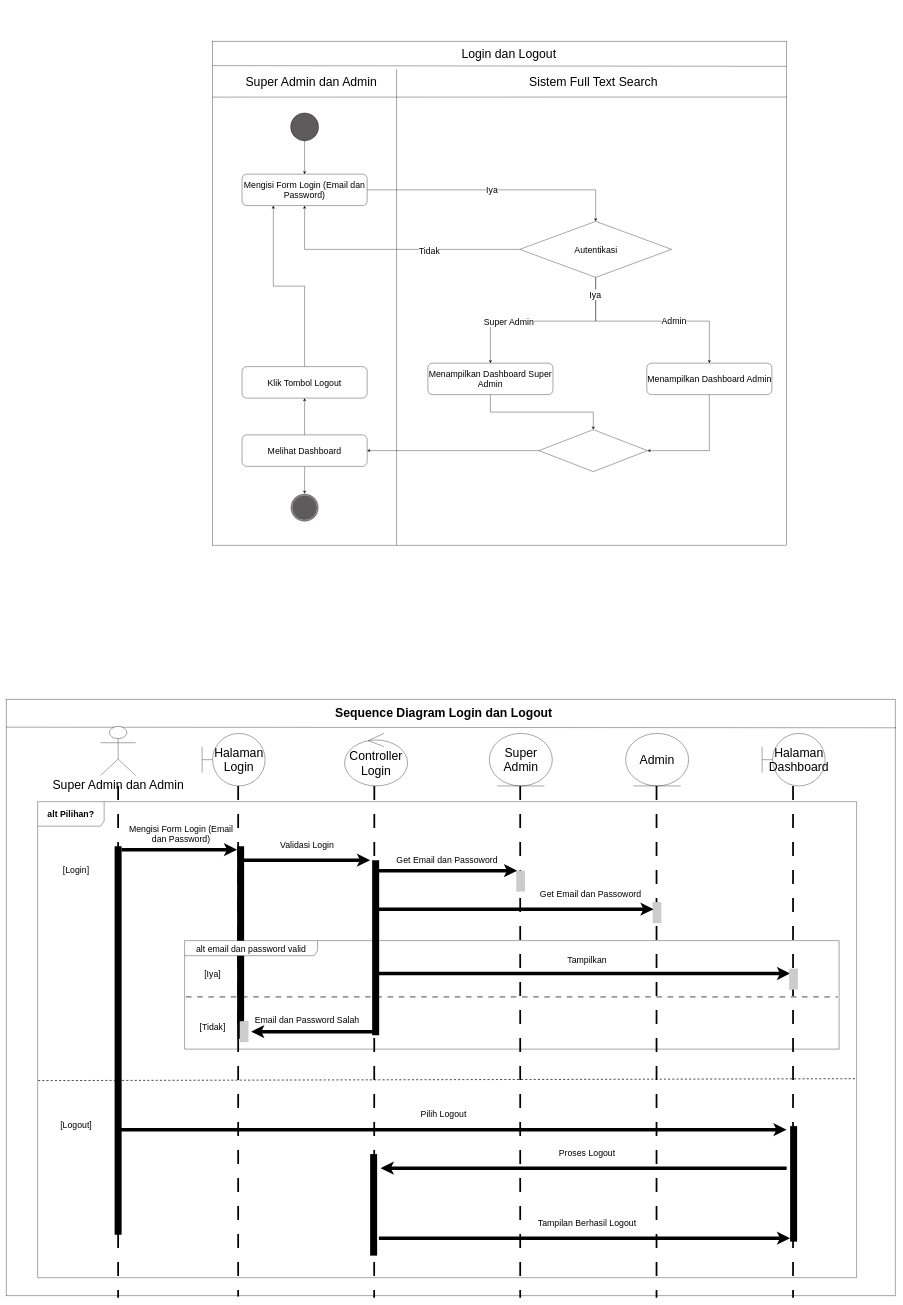
Above: page "Activity dan Sequence Login Logout" (4 of 7) of Untitled Diagram.drawio in agungsaraswati/UML (draw.io), before the change. Source tidied: cells renumbered, new cells numbered last; positions are measured from the earlier drawing's top-left corner, leaving out a move shared by most shapes. Both pictures are drawn from the tidied source at 35%, with x=0, y=0 at pixel (6, 41).
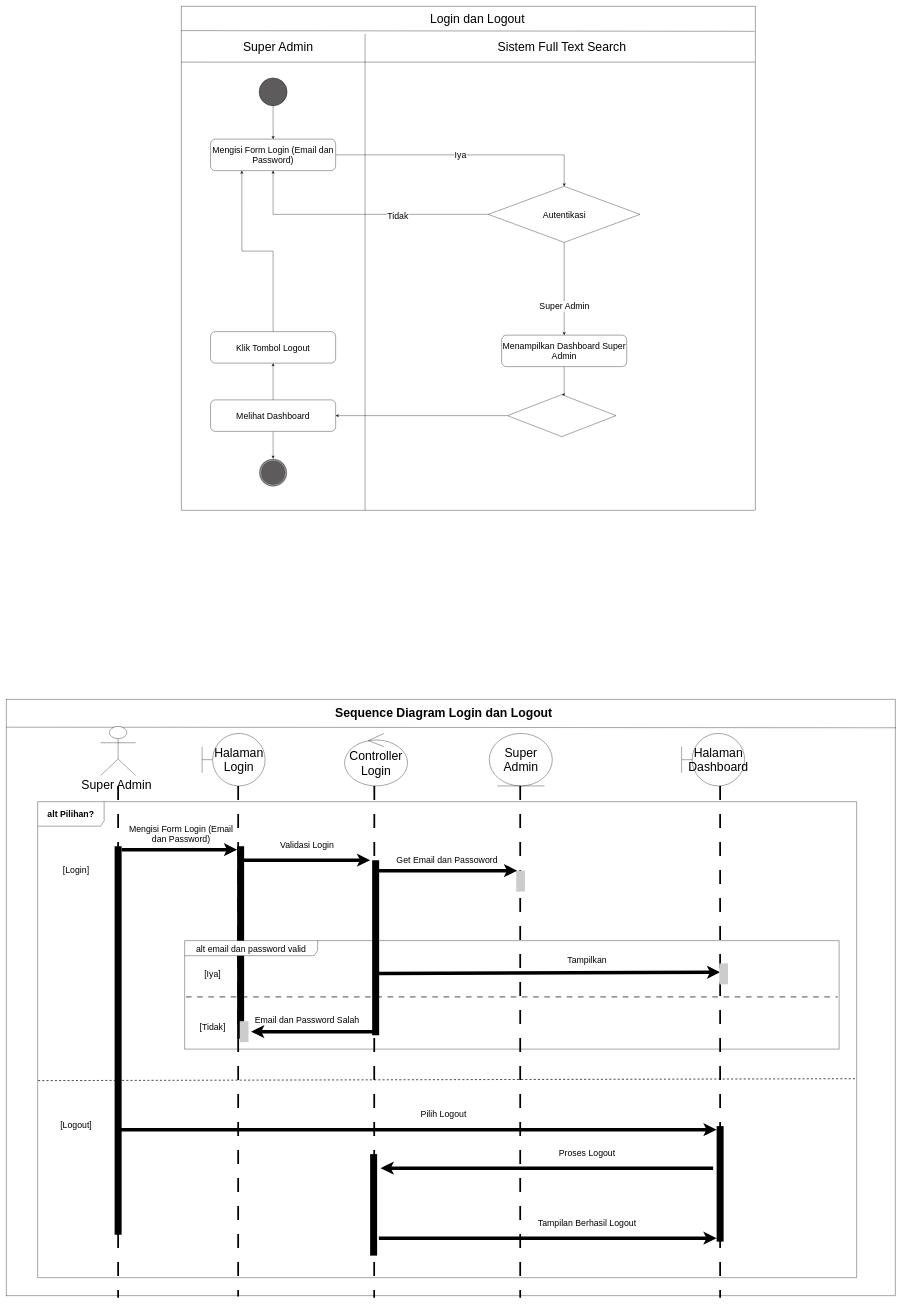
The same page after the edit.

Unchanged cells that the change refers to:
```xml
<mxCell id="23" value="&lt;font style=&quot;font-size: 25px;&quot;&gt;Autentikasi&lt;/font&gt;" style="rhombus;whiteSpace=wrap;html=1;" parent="2" vertex="1">
  <mxGeometry x="877.6" y="515" width="433.7" height="160" as="geometry" />
</mxCell>
<mxCell id="32" style="rhombus;whiteSpace=wrap;html=1;" parent="2" vertex="1">
  <mxGeometry x="932.5" y="1110" width="310.1" height="120" as="geometry" />
</mxCell>
```

Change to the diagram source:
```diff
@@
-<mxGraphModel>
+<mxGraphModel background="#ffffff">
@@
     <mxCell id="2" style="group;" parent="1" vertex="1">
-      <mxGeometry x="590" width="1640" height="1440" as="geometry" />
+      <mxGeometry x="500" y="-100" width="1640" height="1440" as="geometry" />
     </mxCell>
@@
-    <mxCell id="8" value="&lt;font style=&quot;font-size: 35px;&quot;&gt;Super Admin dan Admin&lt;/font&gt;" style="text;html=1;align=center;verticalAlign=middle;whiteSpace=wrap;rounded=0;" parent="2" vertex="1">
+    <mxCell id="8" value="&lt;font style=&quot;font-size: 35px;&quot;&gt;Super Admin&amp;nbsp;&lt;/font&gt;" style="text;html=1;align=center;verticalAlign=middle;whiteSpace=wrap;rounded=0;" parent="2" vertex="1">
       <mxGeometry x="61" y="100" width="441.5" height="30" as="geometry" />
     </mxCell>
@@
     <mxCell id="16" style="edgeStyle=orthogonalEdgeStyle;rounded=0;jettySize=auto;html=1;entryX=0.5;entryY=0;entryDx=0;entryDy=0;" parent="2" edge="1" source="23" target="25">
       <mxGeometry relative="1" as="geometry">
         <Array as="points">
-          <mxPoint x="793.7" y="800" />
+          <mxPoint x="1094" y="910" />
         </Array>
       </mxGeometry>
     </mxCell>
@@
-    <mxCell id="18" style="edgeStyle=orthogonalEdgeStyle;rounded=0;jettySize=auto;html=1;entryX=0.5;entryY=0;entryDx=0;entryDy=0;" parent="2" edge="1" source="23" target="27">
-      <mxGeometry relative="1" as="geometry">
-        <Array as="points">
-          <mxPoint x="1419.2" y="800" />
-        </Array>
-      </mxGeometry>
-    </mxCell>
-    <mxCell id="19" value="&lt;font style=&quot;font-size: 25px;&quot;&gt;Admin&lt;/font&gt;" style="edgeLabel;html=1;align=center;verticalAlign=middle;" parent="18" vertex="1">
-      <mxGeometry x="0.22" y="1" relative="1" as="geometry">
-        <mxPoint y="-1" as="offset" />
-      </mxGeometry>
-    </mxCell>
-    <mxCell id="20" value="&lt;font style=&quot;font-size: 25px;&quot;&gt;Iya&lt;/font&gt;" style="edgeLabel;html=1;align=center;verticalAlign=middle;" parent="18" vertex="1">
-      <mxGeometry x="-0.83" y="-2" relative="1" as="geometry">
-        <mxPoint y="1" as="offset" />
-      </mxGeometry>
-    </mxCell>
@@
     <mxCell id="24" style="edgeStyle=orthogonalEdgeStyle;rounded=0;jettySize=auto;html=1;entryX=0.5;entryY=0;entryDx=0;entryDy=0;" parent="2" edge="1" source="25" target="32">
-      <mxGeometry relative="1" as="geometry" />
+      <mxGeometry relative="1" as="geometry">
+        <Array as="points">
+          <mxPoint x="1094" y="1110" />
+        </Array>
+      </mxGeometry>
     </mxCell>
     <mxCell id="25" value="&lt;font style=&quot;font-size: 25px;&quot;&gt;Menampilkan Dashboard Super Admin&lt;/font&gt;" style="rounded=1;whiteSpace=wrap;html=1;" parent="2" vertex="1">
-      <mxGeometry x="615" y="920" width="357.4" height="90" as="geometry" />
+      <mxGeometry x="915.7" y="940" width="357.4" height="90" as="geometry" />
     </mxCell>
-    <mxCell id="26" style="edgeStyle=orthogonalEdgeStyle;rounded=0;jettySize=auto;html=1;entryX=1;entryY=0.5;entryDx=0;entryDy=0;" parent="2" edge="1" source="27" target="32">
-      <mxGeometry relative="1" as="geometry" />
-    </mxCell>
-    <mxCell id="27" value="&lt;font style=&quot;font-size: 25px;&quot;&gt;Menampilkan Dashboard Admin&lt;/font&gt;" style="rounded=1;whiteSpace=wrap;html=1;" parent="2" vertex="1">
-      <mxGeometry x="1240.5" y="920" width="357.4" height="90" as="geometry" />
-    </mxCell>
@@
-    <mxCell id="38" value="&lt;span style=&quot;font-size: 35px;&quot;&gt;Super Admin dan Admin&lt;/span&gt;" style="shape=umlActor;verticalLabelPosition=bottom;verticalAlign=top;html=1;" parent="1" vertex="1">
+    <mxCell id="38" value="&lt;span style=&quot;font-size: 35px;&quot;&gt;Super Admin&amp;nbsp;&lt;/span&gt;" style="shape=umlActor;verticalLabelPosition=bottom;verticalAlign=top;html=1;" parent="1" vertex="1">
       <mxGeometry x="270" y="1958" width="100" height="140" as="geometry" />
     </mxCell>
@@
     <mxCell id="40" value="&lt;font style=&quot;font-size: 35px;&quot;&gt;Halaman Dashboard&lt;/font&gt;" style="shape=umlBoundary;whiteSpace=wrap;html=1;" parent="1" vertex="1">
-      <mxGeometry x="2160" y="1978" width="180" height="150" as="geometry" />
+      <mxGeometry x="1930" y="1978" width="180" height="150" as="geometry" />
     </mxCell>
@@
-    <mxCell id="47" value="&lt;font style=&quot;font-size: 35px;&quot;&gt;Admin&lt;/font&gt;" style="ellipse;shape=umlEntity;whiteSpace=wrap;html=1;" parent="1" vertex="1">
-      <mxGeometry x="1770" y="1978" width="180" height="150" as="geometry" />
-    </mxCell>
@@
-    <mxCell id="51" style="edgeStyle=orthogonalEdgeStyle;rounded=0;orthogonalLoop=1;jettySize=auto;html=1;entryX=0.414;entryY=1.003;entryDx=0;entryDy=0;entryPerimeter=0;dashed=1;dashPattern=8 8;strokeWidth=5;endArrow=none;startFill=0;" parent="1" edge="1">
-      <mxGeometry relative="1" as="geometry">
-        <mxPoint x="1858.3" y="2128" as="sourcePoint" />
-        <mxPoint x="1858.3" y="3590" as="targetPoint" />
-        <Array as="points">
-          <mxPoint x="1858.3" y="2148" />
-          <mxPoint x="1858.3" y="2148" />
-        </Array>
-      </mxGeometry>
-    </mxCell>
     <mxCell id="52" style="edgeStyle=orthogonalEdgeStyle;rounded=0;orthogonalLoop=1;jettySize=auto;html=1;entryX=0.414;entryY=1.003;entryDx=0;entryDy=0;entryPerimeter=0;dashed=1;dashPattern=8 8;strokeWidth=5;endArrow=none;startFill=0;" parent="1" edge="1">
       <mxGeometry relative="1" as="geometry">
-        <mxPoint x="2248.3" y="2128" as="sourcePoint" />
-        <mxPoint x="2248.3" y="3590" as="targetPoint" />
+        <mxPoint x="2040" y="2128" as="sourcePoint" />
+        <mxPoint x="2040" y="3590" as="targetPoint" />
         <Array as="points">
-          <mxPoint x="2248.3" y="2148" />
-          <mxPoint x="2248.3" y="2148" />
+          <mxPoint x="2040" y="2148" />
+          <mxPoint x="2040" y="2148" />
         </Array>
       </mxGeometry>
     </mxCell>
@@
-    <mxCell id="62" style="endArrow=none;html=1;rounded=0;strokeWidth=25;strokeColor=#CCCCCC;" parent="1" edge="1">
-      <mxGeometry relative="1" as="geometry">
-        <mxPoint x="1859.6" y="2460" as="sourcePoint" />
-        <mxPoint x="1859.6" y="2520" as="targetPoint" />
-      </mxGeometry>
-    </mxCell>
@@
-    <mxCell id="64" style="endArrow=classic;html=1;rounded=0;strokeWidth=10;" parent="1" edge="1">
-      <mxGeometry relative="1" as="geometry">
-        <mxPoint x="1060" y="2480" as="sourcePoint" />
-        <mxPoint x="1850" y="2480" as="targetPoint" />
-      </mxGeometry>
-    </mxCell>
@@
-    <mxCell id="66" value="&lt;font style=&quot;font-size: 25px;&quot;&gt;Get Email dan Passoword&lt;/font&gt;" style="text;html=1;align=center;verticalAlign=middle;whiteSpace=wrap;rounded=0;" parent="1" vertex="1">
-      <mxGeometry x="1510" y="2420" width="320" height="30" as="geometry" />
-    </mxCell>
@@
     <mxCell id="71" style="endArrow=classic;html=1;rounded=0;strokeWidth=10;" parent="1" edge="1">
       <mxGeometry relative="1" as="geometry">
         <mxPoint x="1060" y="2664.2" as="sourcePoint" />
-        <mxPoint x="2240" y="2664" as="targetPoint" />
+        <mxPoint x="2040" y="2660" as="targetPoint" />
       </mxGeometry>
     </mxCell>
     <mxCell id="72" style="endArrow=none;html=1;rounded=0;strokeWidth=25;strokeColor=#CCCCCC;" parent="1" edge="1">
       <mxGeometry relative="1" as="geometry">
-        <mxPoint x="2249.6" y="2650" as="sourcePoint" />
-        <mxPoint x="2249.7" y="2710" as="targetPoint" />
+        <mxPoint x="2050" y="2635" as="sourcePoint" />
+        <mxPoint x="2050.1" y="2695" as="targetPoint" />
       </mxGeometry>
     </mxCell>
@@
     <mxCell id="77" style="endArrow=classic;html=1;rounded=0;strokeWidth=10;" parent="1" edge="1">
       <mxGeometry relative="1" as="geometry">
         <mxPoint x="320" y="3110.2" as="sourcePoint" />
-        <mxPoint x="2230" y="3110" as="targetPoint" />
+        <mxPoint x="2030" y="3110" as="targetPoint" />
       </mxGeometry>
     </mxCell>
     <mxCell id="78" style="endArrow=none;html=1;rounded=0;strokeWidth=20;" parent="1" edge="1">
       <mxGeometry relative="1" as="geometry">
-        <mxPoint x="2250" y="3100" as="sourcePoint" />
-        <mxPoint x="2250" y="3430" as="targetPoint" />
+        <mxPoint x="2040" y="3100" as="sourcePoint" />
+        <mxPoint x="2040" y="3430" as="targetPoint" />
       </mxGeometry>
     </mxCell>
@@
     <mxCell id="81" style="endArrow=classic;html=1;rounded=0;strokeWidth=10;" parent="1" edge="1">
       <mxGeometry relative="1" as="geometry">
-        <mxPoint x="2230" y="3220" as="sourcePoint" />
+        <mxPoint x="2020" y="3220" as="sourcePoint" />
         <mxPoint x="1070" y="3220" as="targetPoint" />
       </mxGeometry>
     </mxCell>
     <mxCell id="82" style="endArrow=classic;html=1;rounded=0;strokeWidth=10;" parent="1" edge="1">
       <mxGeometry relative="1" as="geometry">
         <mxPoint x="1065" y="3420" as="sourcePoint" />
-        <mxPoint x="2240" y="3420" as="targetPoint" />
+        <mxPoint x="2030" y="3420" as="targetPoint" />
       </mxGeometry>
     </mxCell>
```
